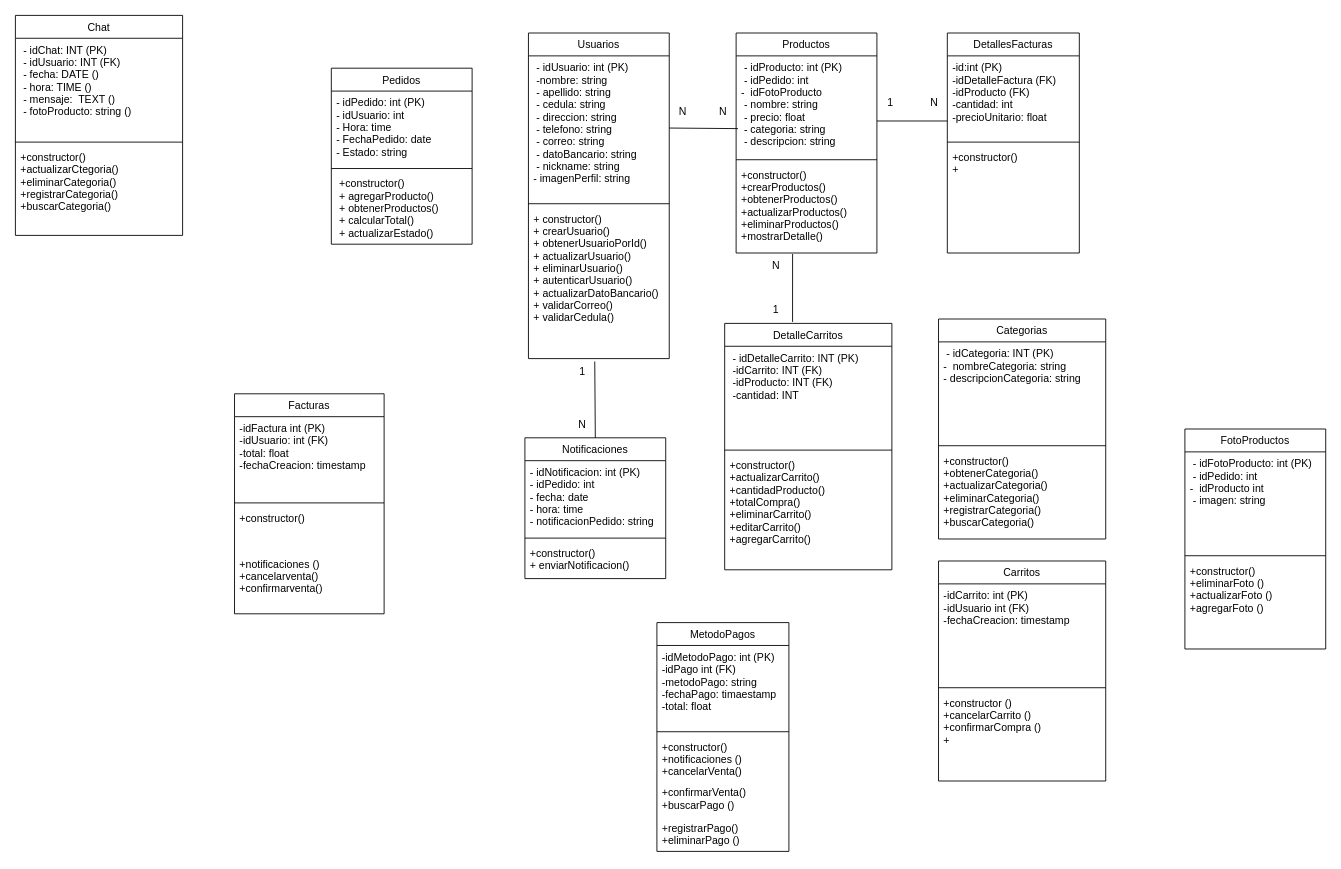
Before: DiagramaClasesKamiapp copy.drawio in DarkJ-18/DiagramaClasesKamiapp, a draw.io diagram. Source tidied: cells renumbered, new cells numbered last; positions are measured from the earlier drawing's top-left corner, leaving out a move shared by most shapes. Both pictures are drawn from the tidied source at 88%, with x=0, y=0 at pixel (15, 15).
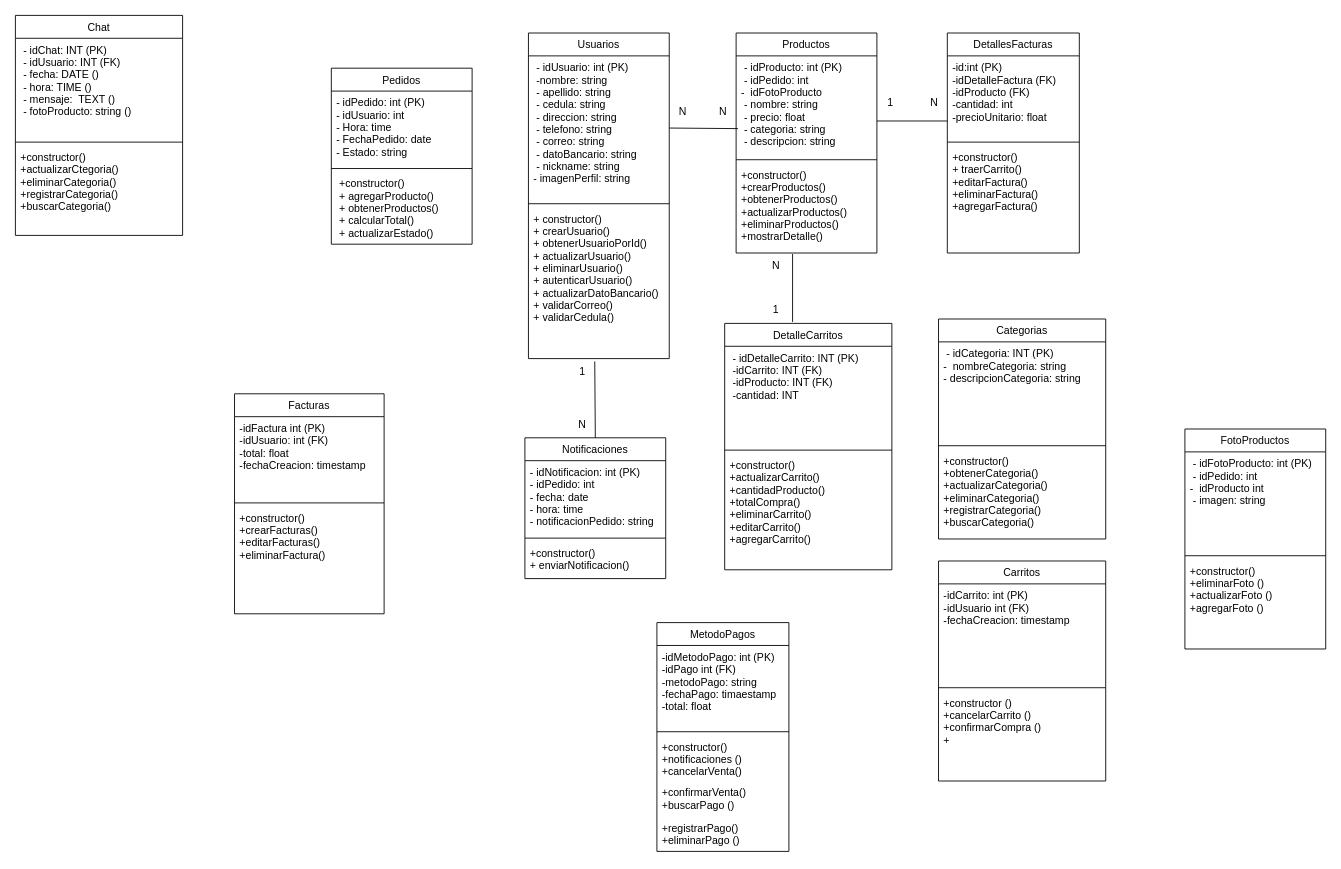
Above is the later version.

Commit message:
se actualiza el diagrama

Unchanged cells that the change refers to:
```xml
<mxCell id="6" value="Facturas" style="swimlane;fontStyle=0;align=center;verticalAlign=top;horizontal=1;startSize=26;rounded=0;shadow=0;strokeWidth=1;fontSize=12;" parent="1" vertex="1">
  <mxGeometry x="249" y="430" width="170" height="250" as="geometry" />
</mxCell>
<mxCell id="23" value="DetallesFacturas" style="swimlane;fontStyle=0;align=center;verticalAlign=top;horizontal=1;startSize=26;rounded=0;shadow=0;strokeWidth=1;fontSize=12;" parent="1" vertex="1">
  <mxGeometry x="1059" y="20" width="150" height="250" as="geometry" />
</mxCell>
```

The edit, as a diff of the source:
```diff
@@
-    <mxCell id="9" value="+constructor()" style="text;align=left;verticalAlign=top;spacingLeft=4;spacingRight=4;overflow=hidden;fontSize=12;" parent="6" vertex="1">
-      <mxGeometry y="128" width="170" height="52" as="geometry" />
+    <mxCell id="9" value="+constructor()&#10;+crearFacturas()&#10;+editarFacturas()&#10;+eliminarFactura()&#10;" style="text;align=left;verticalAlign=top;spacingLeft=4;spacingRight=4;overflow=hidden;fontSize=12;" parent="6" vertex="1">
+      <mxGeometry y="128" width="170" height="122" as="geometry" />
     </mxCell>
-    <mxCell id="10" value="+notificaciones ()&#10;+cancelarventa()&#10;+confirmarventa()" style="text;align=left;verticalAlign=top;spacingLeft=4;spacingRight=4;overflow=hidden;fontSize=12;" parent="6" vertex="1">
-      <mxGeometry y="180" width="170" height="50" as="geometry" />
-    </mxCell>
@@
-    <mxCell id="26" value="+constructor()&#10;+ " style="text;align=left;verticalAlign=top;spacingLeft=4;spacingRight=4;overflow=hidden;fontSize=12;" parent="23" vertex="1">
+    <mxCell id="26" value="+constructor()&#10;+ traerCarrito()&#10;+editarFactura()&#10;+eliminarFactura()&#10;+agregarFactura()" style="text;align=left;verticalAlign=top;spacingLeft=4;spacingRight=4;overflow=hidden;fontSize=12;" parent="23" vertex="1">
       <mxGeometry y="128" width="150" height="122" as="geometry" />
     </mxCell>
```
